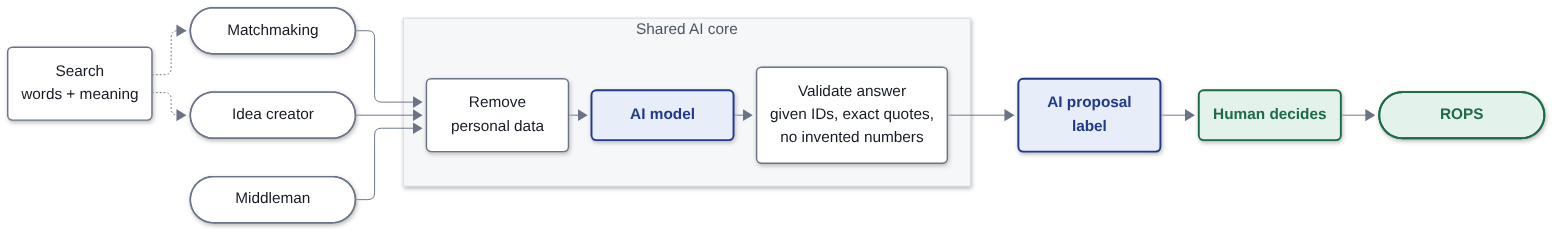
Above: pitch/diagramy/ai-1-overview.png in DEFALT314/feniks (Mermaid), before the change. Its source is kept beside it as pitch/diagramy/ai-1-overview.mmd.
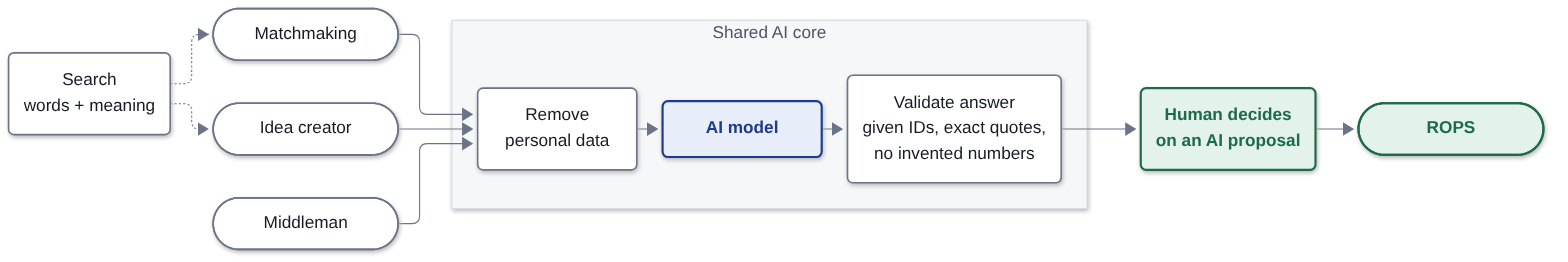
Later version of the same file.

Commit message:
AI diagrams: embeddings diagram, simpler overview and creator lanes

Diff of the diagram source:
```diff
@@ -10,8 +10,7 @@
         P("Remove<br/>personal data"):::data --> A("AI model"):::ai
         A --> V("Validate answer<br/>given IDs, exact quotes,<br/>no invented numbers"):::data
     end
-    V --> L("AI proposal<br/>label"):::ai
-    L --> H("Human decides"):::human
+    V --> H("Human decides<br/>on an AI proposal"):::human
     H --> R(["ROPS"]):::human
     style core fill:#F6F7F9,stroke:#D9DDE4,color:#4B5565
     classDef ai fill:#E8EDFA,stroke:#1F3A8A,stroke-width:2px,color:#1F3A8A,font-weight:bold
```
